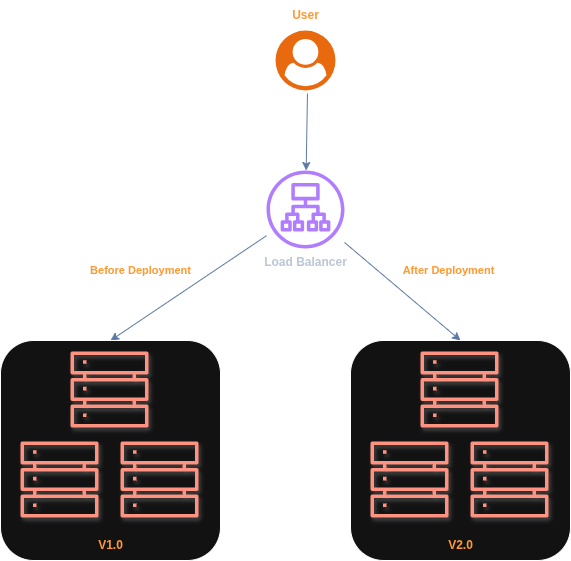
This is static/img/tech/big-bang-deployment.png from lnvn/idishare, a draw.io export, as it was before one commit. Source tidied: cells renumbered, new cells last; positions are measured from the earlier drawing's top-left corner, leaving out a move shared by most shapes.
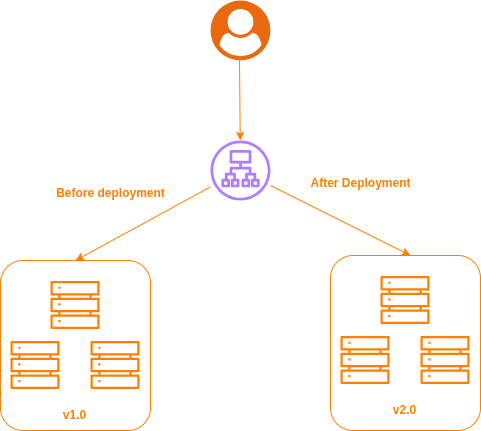
After the commit.

Commit message:
update diagram deployment strategy

Change to the diagram source:
```diff
@@ -2,69 +2,58 @@
   <root>
     <mxCell id="0" />
     <mxCell id="1" parent="0" />
-    <mxCell id="2" value="&lt;b&gt;Load Balancer&lt;/b&gt;" style="sketch=0;outlineConnect=0;fontColor=#232F3E;gradientColor=none;fillColor=#8C4FFF;strokeColor=none;dashed=0;verticalLabelPosition=bottom;verticalAlign=top;align=center;html=1;fontSize=12;fontStyle=0;shape=mxgraph.aws4.application_load_balancer;" parent="1" vertex="1">
-      <mxGeometry x="266" y="170" width="78" height="78" as="geometry" />
-    </mxCell>
-    <mxCell id="3" style="endArrow=classic;html=1;rounded=0;fillColor=#dae8fc;gradientColor=#7ea6e0;strokeColor=#6c8ebf;exitX=0.533;exitY=1.05;exitDx=0;exitDy=0;exitPerimeter=0;" parent="1" edge="1" source="8" target="2">
-      <mxGeometry relative="1" as="geometry" />
-    </mxCell>
-    <mxCell id="4" style="endArrow=classic;html=1;rounded=0;fillColor=#dae8fc;gradientColor=#7ea6e0;strokeColor=#6c8ebf;entryX=0.5;entryY=0;entryDx=0;entryDy=0;" parent="1" edge="1" source="2" target="11">
-      <mxGeometry relative="1" as="geometry" />
-    </mxCell>
-    <mxCell id="5" value="&lt;b&gt;Before Deployment&lt;/b&gt;" style="edgeLabel;html=1;align=center;verticalAlign=middle;labelBackgroundColor=none;fontColor=light-dark(#000000,#FF9933);" parent="4" vertex="1">
-      <mxGeometry y="5" relative="1" as="geometry">
-        <mxPoint x="-51" y="-22" as="offset" />
-      </mxGeometry>
-    </mxCell>
-    <mxCell id="6" style="endArrow=classic;html=1;rounded=0;fillColor=#dae8fc;gradientColor=#7ea6e0;strokeColor=#6c8ebf;entryX=0.5;entryY=0;entryDx=0;entryDy=0;" parent="1" edge="1" source="2" target="17">
-      <mxGeometry relative="1" as="geometry" />
-    </mxCell>
+    <mxCell id="22" style="rounded=1;whiteSpace=wrap;html=1;fillColor=none;strokeColor=light-dark(#000000,#FF8000);" parent="1" vertex="1">
+      <mxGeometry x="50" y="300" width="150" height="170" as="geometry" />
+    </mxCell>
+    <mxCell id="23" style="points=[];html=1;align=center;shadow=0;dashed=0;fillColor=#FF6A00;strokeColor=none;shape=mxgraph.alibaba_cloud.user;" parent="1" vertex="1">
+      <mxGeometry x="260" y="40" width="60" height="60" as="geometry" />
+    </mxCell>
+    <mxCell id="24" style="sketch=0;outlineConnect=0;fontColor=#232F3E;gradientColor=none;fillColor=#8C4FFF;strokeColor=none;dashed=0;verticalLabelPosition=bottom;verticalAlign=top;align=center;html=1;fontSize=12;fontStyle=0;shape=mxgraph.aws4.application_load_balancer;" parent="1" vertex="1">
+      <mxGeometry x="260" y="180" width="60" height="60" as="geometry" />
+    </mxCell>
+    <mxCell id="25" style="sketch=0;fontColor=#232F3E;gradientColor=none;fillColor=light-dark(#232F3D,#FF8000);strokeColor=none;dashed=0;verticalLabelPosition=bottom;verticalAlign=top;align=center;html=1;fontSize=12;fontStyle=0;shape=mxgraph.aws4.servers;" parent="1" vertex="1">
+      <mxGeometry x="100" y="320" width="49" height="49" as="geometry" />
+    </mxCell>
+    <mxCell id="26" style="sketch=0;fontColor=#232F3E;gradientColor=none;fillColor=light-dark(#232F3D,#FF8000);strokeColor=none;dashed=0;verticalLabelPosition=bottom;verticalAlign=top;align=center;html=1;fontSize=12;fontStyle=0;shape=mxgraph.aws4.servers;" parent="1" vertex="1">
+      <mxGeometry x="140" y="380" width="49" height="49" as="geometry" />
+    </mxCell>
+    <mxCell id="27" style="sketch=0;fontColor=#232F3E;gradientColor=none;fillColor=light-dark(#232F3D,#FF8000);strokeColor=none;dashed=0;verticalLabelPosition=bottom;verticalAlign=top;align=center;html=1;fontSize=12;fontStyle=0;shape=mxgraph.aws4.servers;" parent="1" vertex="1">
+      <mxGeometry x="60" y="380" width="49" height="49" as="geometry" />
+    </mxCell>
+    <mxCell id="28" value="&lt;b&gt;&lt;font style=&quot;color: light-dark(rgb(0, 0, 0), rgb(255, 128, 0));&quot;&gt;v1.0&lt;/font&gt;&lt;/b&gt;" style="text;html=1;align=center;verticalAlign=middle;strokeColor=none;fillColor=none;" parent="1" vertex="1">
+      <mxGeometry x="99" y="440" width="50" height="30" as="geometry" />
+    </mxCell>
+    <mxCell id="29" style="endArrow=classic;html=1;rounded=0;exitX=0.483;exitY=0.933;exitDx=0;exitDy=0;exitPerimeter=0;strokeColor=light-dark(#000000,#FF8000);" parent="1" edge="1" source="23" target="24">
+      <mxGeometry relative="1" as="geometry" />
+    </mxCell>
+    <mxCell id="30" style="endArrow=classic;html=1;rounded=0;entryX=0.5;entryY=0;entryDx=0;entryDy=0;strokeColor=light-dark(#000000,#FF8000);" parent="1" edge="1" source="24">
+      <mxGeometry relative="1" as="geometry">
+        <mxPoint x="460" y="295" as="targetPoint" />
+      </mxGeometry>
+    </mxCell>
+    <mxCell id="31" style="endArrow=classic;html=1;rounded=0;entryX=0.5;entryY=0;entryDx=0;entryDy=0;strokeColor=light-dark(#000000,#FF8000);" parent="1" edge="1" source="24" target="22">
+      <mxGeometry relative="1" as="geometry" />
+    </mxCell>
+    <mxCell id="32" value="&lt;b&gt;&lt;font style=&quot;color: light-dark(rgb(0, 0, 0), rgb(255, 128, 0));&quot;&gt;Before deployment&lt;/font&gt;&lt;/b&gt;" style="text;html=1;align=center;verticalAlign=middle;strokeColor=none;fillColor=none;" parent="1" vertex="1">
+      <mxGeometry x="95" y="218" width="130" height="30" as="geometry" />
+    </mxCell>
-    <mxCell id="7" value="&lt;b&gt;After Deployment&lt;/b&gt;" style="edgeLabel;html=1;align=center;verticalAlign=middle;labelBackgroundColor=none;fontColor=light-dark(#000000,#FF9933);" parent="6" vertex="1">
-      <mxGeometry x="0.06" y="1" relative="1" as="geometry">
-        <mxPoint x="42" y="-23" as="offset" />
-      </mxGeometry>
+    <mxCell id="7" value="&lt;b&gt;&lt;font style=&quot;color: light-dark(rgb(0, 0, 0), rgb(255, 128, 0));&quot;&gt;After Deployment&lt;/font&gt;&lt;/b&gt;" style="text;html=1;align=center;verticalAlign=middle;strokeColor=none;fillColor=none;" parent="1" vertex="1">
+      <mxGeometry x="350" y="208" width="120" height="30" as="geometry" />
     </mxCell>
-    <mxCell id="8" style="points=[];html=1;align=center;shadow=0;dashed=0;fillColor=#FF6A00;strokeColor=none;shape=mxgraph.alibaba_cloud.user;" parent="1" vertex="1">
-      <mxGeometry x="275" y="30" width="60" height="60" as="geometry" />
-    </mxCell>
-    <mxCell id="9" value="&lt;b&gt;&lt;font style=&quot;color: light-dark(rgb(0, 0, 0), rgb(255, 153, 51));&quot;&gt;User&lt;/font&gt;&lt;/b&gt;" style="text;html=1;align=center;verticalAlign=middle;strokeColor=none;fillColor=none;" parent="1" vertex="1">
-      <mxGeometry x="280" width="50" height="30" as="geometry" />
-    </mxCell>
-    <mxCell id="10" style="group;" parent="1" vertex="1">
-      <mxGeometry y="340" width="220" height="220" as="geometry" />
-    </mxCell>
-    <mxCell id="11" style="rounded=1;whiteSpace=wrap;html=1;" parent="10" vertex="1">
-      <mxGeometry width="220" height="220" as="geometry" />
-    </mxCell>
-    <mxCell id="12" style="sketch=0;fontColor=#ffffff;fillColor=#e51400;strokeColor=#B20000;dashed=0;verticalLabelPosition=bottom;verticalAlign=top;align=center;html=1;fontSize=12;fontStyle=0;shape=mxgraph.aws4.servers;shadow=1;" parent="10" vertex="1">
-      <mxGeometry x="70" y="10" width="78" height="78" as="geometry" />
-    </mxCell>
-    <mxCell id="13" style="sketch=0;fontColor=#ffffff;fillColor=#e51400;strokeColor=#B20000;dashed=0;verticalLabelPosition=bottom;verticalAlign=top;align=center;html=1;fontSize=12;fontStyle=0;shape=mxgraph.aws4.servers;shadow=1;" parent="10" vertex="1">
-      <mxGeometry x="20" y="100" width="78" height="78" as="geometry" />
-    </mxCell>
-    <mxCell id="14" style="sketch=0;fontColor=#ffffff;fillColor=#e51400;strokeColor=#B20000;dashed=0;verticalLabelPosition=bottom;verticalAlign=top;align=center;html=1;fontSize=12;fontStyle=0;shape=mxgraph.aws4.servers;shadow=1;" parent="10" vertex="1">
-      <mxGeometry x="120" y="100" width="78" height="78" as="geometry" />
-    </mxCell>
-    <mxCell id="15" value="&lt;b&gt;&lt;font style=&quot;color: light-dark(rgb(0, 0, 0), rgb(255, 153, 51));&quot;&gt;V1.0&lt;/font&gt;&lt;/b&gt;" style="text;html=1;align=center;verticalAlign=middle;strokeColor=none;fillColor=none;" parent="10" vertex="1">
-      <mxGeometry x="85" y="190" width="50" height="30" as="geometry" />
-    </mxCell>
-    <mxCell id="16" style="group;" parent="1" vertex="1">
-      <mxGeometry x="350" y="340" width="220" height="220" as="geometry" />
-    </mxCell>
-    <mxCell id="17" style="rounded=1;whiteSpace=wrap;html=1;" parent="16" vertex="1">
-      <mxGeometry width="220" height="220" as="geometry" />
-    </mxCell>
-    <mxCell id="18" style="sketch=0;fontColor=#ffffff;fillColor=#e51400;strokeColor=#B20000;dashed=0;verticalLabelPosition=bottom;verticalAlign=top;align=center;html=1;fontSize=12;fontStyle=0;shape=mxgraph.aws4.servers;shadow=1;" parent="16" vertex="1">
-      <mxGeometry x="70" y="10" width="78" height="78" as="geometry" />
-    </mxCell>
-    <mxCell id="19" style="sketch=0;fontColor=#ffffff;fillColor=#e51400;strokeColor=#B20000;dashed=0;verticalLabelPosition=bottom;verticalAlign=top;align=center;html=1;fontSize=12;fontStyle=0;shape=mxgraph.aws4.servers;shadow=1;" parent="16" vertex="1">
-      <mxGeometry x="20" y="100" width="78" height="78" as="geometry" />
-    </mxCell>
-    <mxCell id="20" style="sketch=0;fontColor=#ffffff;fillColor=#e51400;strokeColor=#B20000;dashed=0;verticalLabelPosition=bottom;verticalAlign=top;align=center;html=1;fontSize=12;fontStyle=0;shape=mxgraph.aws4.servers;shadow=1;" parent="16" vertex="1">
-      <mxGeometry x="120" y="100" width="78" height="78" as="geometry" />
-    </mxCell>
-    <mxCell id="21" value="&lt;b&gt;&lt;font style=&quot;color: light-dark(rgb(0, 0, 0), rgb(255, 153, 51));&quot;&gt;V2.0&lt;/font&gt;&lt;/b&gt;" style="text;html=1;align=center;verticalAlign=middle;strokeColor=none;fillColor=none;" parent="16" vertex="1">
-      <mxGeometry x="85" y="190" width="50" height="30" as="geometry" />
-    </mxCell>
+    <mxCell id="33" style="rounded=1;whiteSpace=wrap;html=1;fillColor=none;strokeColor=light-dark(#000000,#FF8000);" parent="1" vertex="1">
+      <mxGeometry x="380" y="295" width="150" height="175" as="geometry" />
+    </mxCell>
+    <mxCell id="34" style="sketch=0;fontColor=#232F3E;gradientColor=none;fillColor=light-dark(#232F3D,#FF8000);strokeColor=none;dashed=0;verticalLabelPosition=bottom;verticalAlign=top;align=center;html=1;fontSize=12;fontStyle=0;shape=mxgraph.aws4.servers;" parent="1" vertex="1">
+      <mxGeometry x="430" y="315" width="49" height="49" as="geometry" />
+    </mxCell>
+    <mxCell id="35" style="sketch=0;fontColor=#232F3E;gradientColor=none;fillColor=light-dark(#232F3D,#FF8000);strokeColor=none;dashed=0;verticalLabelPosition=bottom;verticalAlign=top;align=center;html=1;fontSize=12;fontStyle=0;shape=mxgraph.aws4.servers;" parent="1" vertex="1">
+      <mxGeometry x="470" y="375" width="49" height="49" as="geometry" />
+    </mxCell>
+    <mxCell id="36" style="sketch=0;fontColor=#232F3E;gradientColor=none;fillColor=light-dark(#232F3D,#FF8000);strokeColor=none;dashed=0;verticalLabelPosition=bottom;verticalAlign=top;align=center;html=1;fontSize=12;fontStyle=0;shape=mxgraph.aws4.servers;" parent="1" vertex="1">
+      <mxGeometry x="390" y="375" width="49" height="49" as="geometry" />
+    </mxCell>
+    <mxCell id="37" value="&lt;b&gt;&lt;font style=&quot;color: light-dark(rgb(0, 0, 0), rgb(255, 128, 0));&quot;&gt;v2.0&lt;/font&gt;&lt;/b&gt;" style="text;html=1;align=center;verticalAlign=middle;strokeColor=none;fillColor=none;" parent="1" vertex="1">
+      <mxGeometry x="429" y="435" width="50" height="30" as="geometry" />
+    </mxCell>
   </root>
 </mxGraphModel>
```
